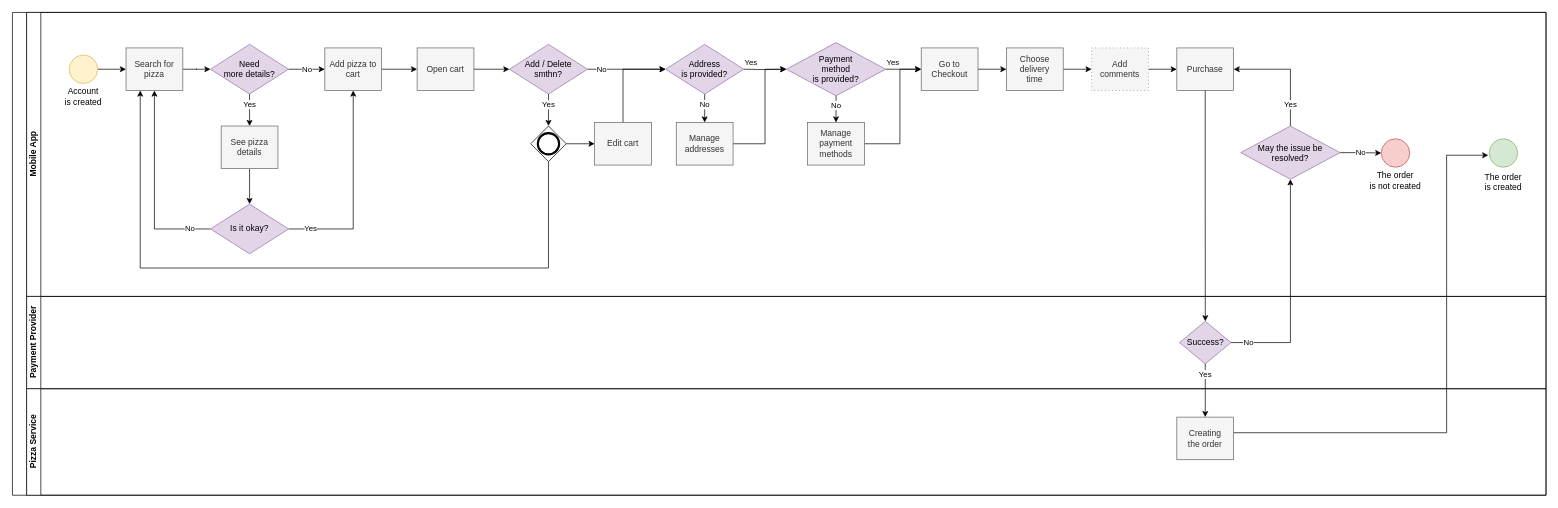
rynkovskii/instead_of_a_hundred_test_cases keeps this draw.io diagram as docs/diagrams/tobePlacingOrder.drawio. Above is the earlier version. Source tidied: cells renumbered, new cells numbered last; positions are measured from the earlier drawing's top-left corner, leaving out a move shared by most shapes. Both pictures are drawn from the tidied source at 71%, with x=0, y=0 at pixel (12, 12).
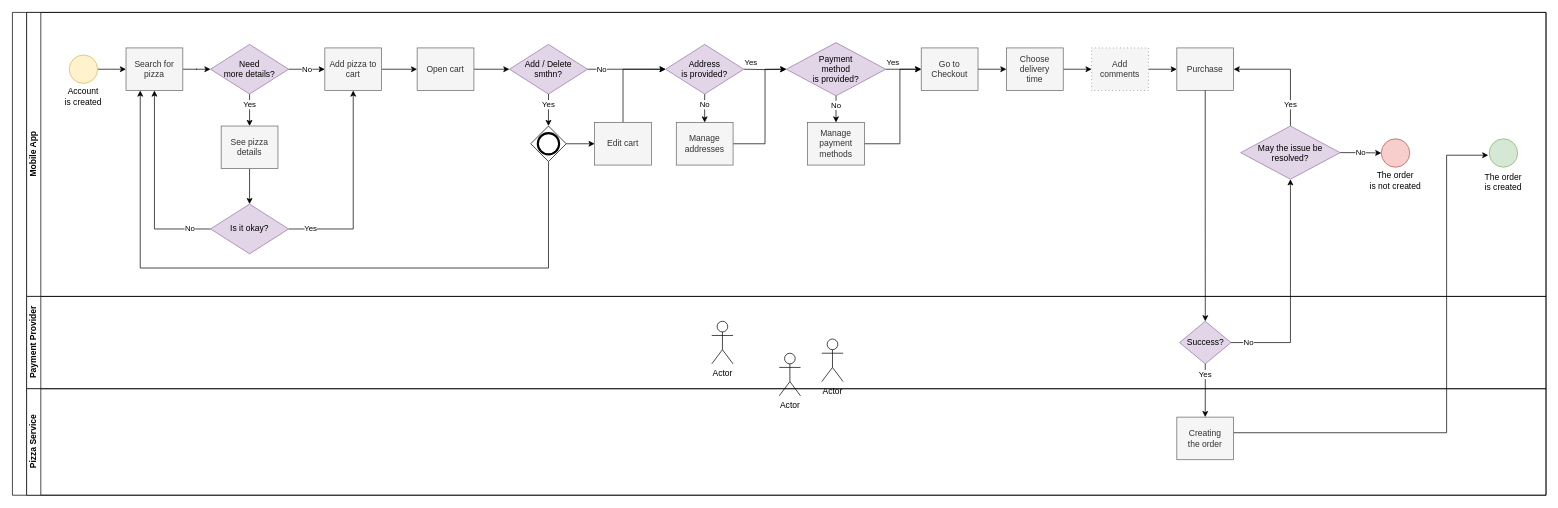
After the change.

Unchanged cells that the change refers to:
```xml
<mxCell id="54" value="Payment Provider" style="swimlane;html=1;startSize=20;horizontal=0;" parent="2" vertex="1">
  <mxGeometry x="20" y="400" width="2140" height="130" as="geometry" />
</mxCell>
```

The edit, as a diff of the source:
```diff
@@
+    <mxCell id="62" value="Actor" style="shape=umlActor;verticalLabelPosition=bottom;verticalAlign=top;html=1;" parent="54" vertex="1">
+      <mxGeometry x="965" y="35" width="30" height="60" as="geometry" />
+    </mxCell>
@@
+    <mxCell id="63" value="Actor" style="shape=umlActor;verticalLabelPosition=bottom;verticalAlign=top;html=1;" parent="1" vertex="1">
+      <mxGeometry x="1080" y="480" width="30" height="60" as="geometry" />
+    </mxCell>
+    <mxCell id="64" value="Actor" style="shape=umlActor;verticalLabelPosition=bottom;verticalAlign=top;html=1;" parent="1" vertex="1">
+      <mxGeometry x="1140" y="460" width="30" height="60" as="geometry" />
+    </mxCell>
```
